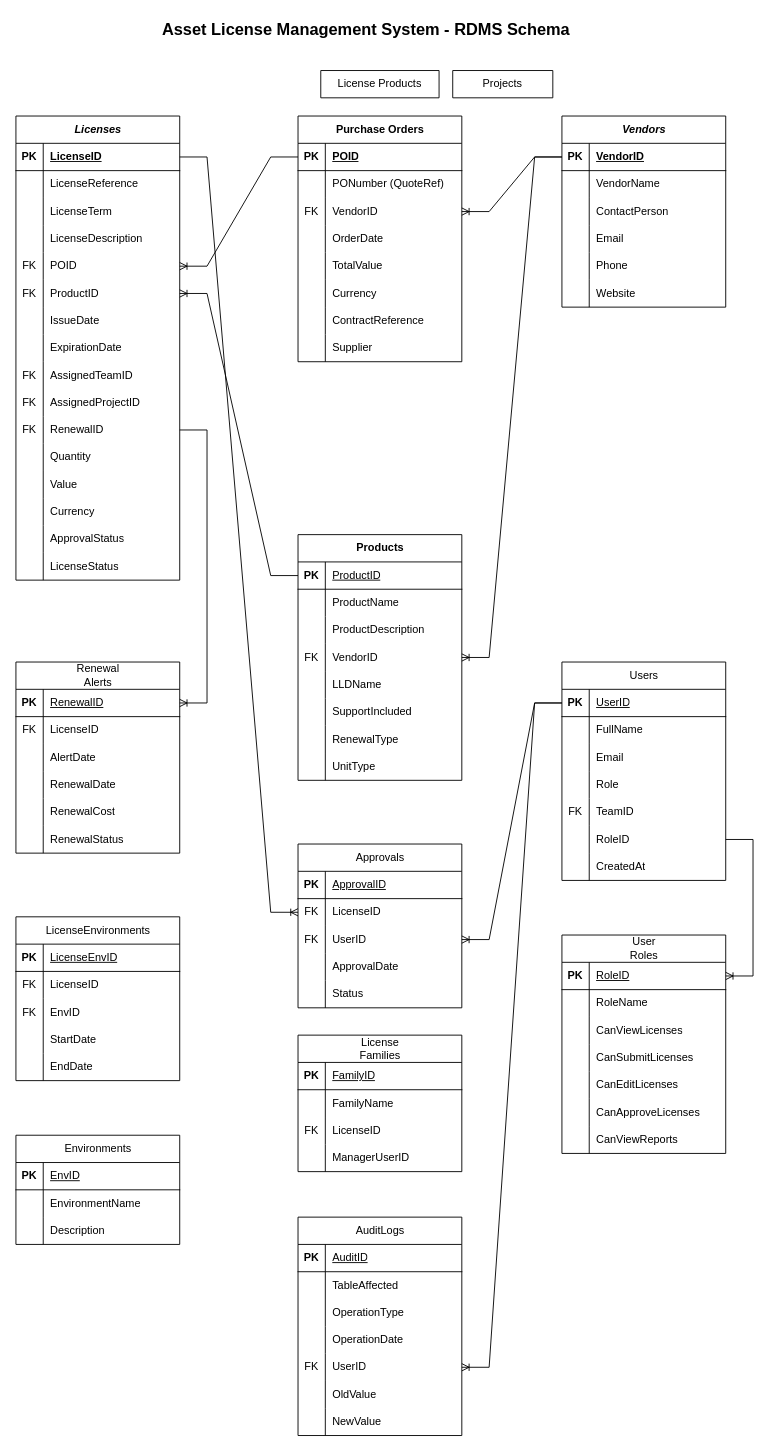
Before: License Management System Schema ER .drawio in MiraxCapgemini/license-tracker-sys, a draw.io diagram. Source tidied: cells renumbered, new cells numbered last; positions are measured from the earlier drawing's top-left corner, leaving out a move shared by most shapes. Both pictures are drawn from the tidied source at 91%, with x=0, y=0 at pixel (-48, -30).
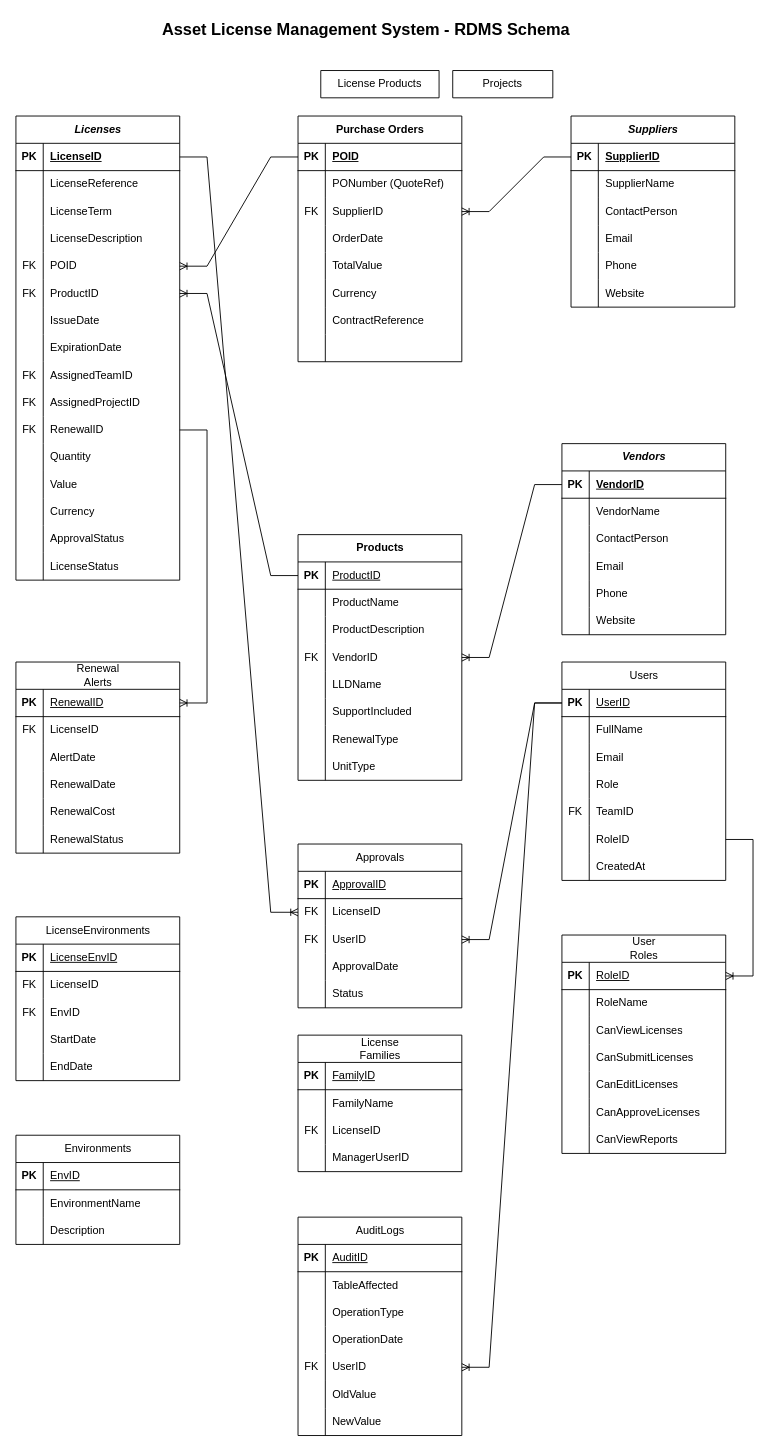
The same page after the edit.

The change refers to these unchanged cells:
```xml
<mxCell id="62" style="shape=tableRow;horizontal=0;startSize=0;swimlaneHead=0;swimlaneBody=0;fillColor=none;points=[[0,0.5],[1,0.5]];portConstraint=eastwest;top=0;left=0;right=0;bottom=0;" parent="55" vertex="1">
  <mxGeometry y="90" width="180" height="30" as="geometry" />
</mxCell>
<mxCell id="77" style="shape=tableRow;horizontal=0;startSize=0;swimlaneHead=0;swimlaneBody=0;fillColor=none;top=0;left=0;right=0;bottom=0;" parent="55" vertex="1">
  <mxGeometry y="240" width="180" height="30" as="geometry" />
</mxCell>
<mxCell id="81" style="shape=tableRow;horizontal=0;startSize=0;swimlaneHead=0;swimlaneBody=0;fillColor=none;points=[[0,0.5],[1,0.5]];portConstraint=eastwest;top=0;left=0;right=0;bottom=1;" parent="80" vertex="1">
  <mxGeometry y="30" width="180" height="30" as="geometry" />
</mxCell>
```

The edit, as a diff of the source:
```diff
@@
-    <mxCell id="64" value="VendorID" style="shape=partialRectangle;fillColor=none;top=0;left=0;bottom=0;right=0;align=left;spacingLeft=6;overflow=hidden;whiteSpace=wrap;html=1;" parent="62" vertex="1">
+    <mxCell id="64" value="SupplierID" style="shape=partialRectangle;fillColor=none;top=0;left=0;bottom=0;right=0;align=left;spacingLeft=6;overflow=hidden;whiteSpace=wrap;html=1;" parent="62" vertex="1">
       <mxGeometry x="30" width="150" height="30" as="geometry" />
     </mxCell>
@@
-    <mxCell id="79" value="Supplier" style="shape=partialRectangle;fillColor=none;top=0;left=0;bottom=0;right=0;align=left;spacingLeft=6;overflow=hidden;whiteSpace=wrap;html=1;" parent="77" vertex="1">
+    <mxCell id="79" style="shape=partialRectangle;fillColor=none;top=0;left=0;bottom=0;right=0;align=left;spacingLeft=6;overflow=hidden;whiteSpace=wrap;html=1;" parent="77" vertex="1">
       <mxGeometry x="30" width="150" height="30" as="geometry" />
     </mxCell>
     <mxCell id="80" value="&lt;i&gt;Vendors&lt;/i&gt;" style="shape=table;startSize=30;childLayout=tableLayout;rowLines=0;fontStyle=1;align=center;html=1;" parent="1" vertex="1">
-      <mxGeometry x="670" y="160" width="180" height="210" as="geometry" />
+      <mxGeometry x="670" y="520" width="180" height="210" as="geometry" />
     </mxCell>
@@
-    <mxCell id="99" style="edgeStyle=entityRelationEdgeStyle;fontSize=12;html=1;endArrow=ERoneToMany;rounded=0;entryX=1;entryY=0.5;entryDx=0;entryDy=0;" parent="1" edge="1" source="81" target="62">
+    <mxCell id="99" style="edgeStyle=entityRelationEdgeStyle;fontSize=12;html=1;endArrow=ERoneToMany;rounded=0;entryX=1;entryY=0.5;entryDx=0;entryDy=0;exitX=0;exitY=0.5;exitDx=0;exitDy=0;" parent="1" edge="1" source="274" target="62">
       <mxGeometry relative="1" as="geometry">
         <Array as="points">
           <mxPoint x="600" y="390" />
           <mxPoint x="600" y="390" />
           <mxPoint x="540" y="370" />
           <mxPoint x="500" y="435" />
         </Array>
       </mxGeometry>
     </mxCell>
@@
+    <mxCell id="273" value="&lt;i&gt;Suppliers&lt;/i&gt;" style="shape=table;startSize=30;childLayout=tableLayout;rowLines=0;fontStyle=1;align=center;html=1;" parent="1" vertex="1">
+      <mxGeometry x="680" y="160" width="180" height="210" as="geometry" />
+    </mxCell>
+    <mxCell id="274" style="shape=tableRow;horizontal=0;startSize=0;swimlaneHead=0;swimlaneBody=0;fillColor=none;points=[[0,0.5],[1,0.5]];portConstraint=eastwest;top=0;left=0;right=0;bottom=1;" parent="273" vertex="1">
+      <mxGeometry y="30" width="180" height="30" as="geometry" />
+    </mxCell>
+    <mxCell id="275" value="PK" style="shape=partialRectangle;fillColor=none;top=0;left=0;bottom=0;right=0;fontStyle=1;overflow=hidden;whiteSpace=wrap;html=1;" parent="274" vertex="1">
+      <mxGeometry width="30" height="30" as="geometry" />
+    </mxCell>
+    <mxCell id="276" value="SupplierID" style="shape=partialRectangle;fillColor=none;top=0;left=0;bottom=0;right=0;align=left;spacingLeft=6;fontStyle=5;overflow=hidden;whiteSpace=wrap;html=1;" parent="274" vertex="1">
+      <mxGeometry x="30" width="150" height="30" as="geometry" />
+    </mxCell>
+    <mxCell id="277" style="shape=tableRow;horizontal=0;startSize=0;swimlaneHead=0;swimlaneBody=0;fillColor=none;top=0;left=0;right=0;bottom=0;" parent="273" vertex="1">
+      <mxGeometry y="60" width="180" height="30" as="geometry" />
+    </mxCell>
+    <mxCell id="278" style="shape=partialRectangle;fillColor=none;top=0;left=0;bottom=0;right=0;overflow=hidden;whiteSpace=wrap;html=1;" parent="277" vertex="1">
+      <mxGeometry width="30" height="30" as="geometry" />
+    </mxCell>
+    <mxCell id="279" value="SupplierName" style="shape=partialRectangle;fillColor=none;top=0;left=0;bottom=0;right=0;align=left;spacingLeft=6;overflow=hidden;whiteSpace=wrap;html=1;" parent="277" vertex="1">
+      <mxGeometry x="30" width="150" height="30" as="geometry" />
+    </mxCell>
+    <mxCell id="280" style="shape=tableRow;horizontal=0;startSize=0;swimlaneHead=0;swimlaneBody=0;fillColor=none;top=0;left=0;right=0;bottom=0;" parent="273" vertex="1">
+      <mxGeometry y="90" width="180" height="30" as="geometry" />
+    </mxCell>
+    <mxCell id="281" style="shape=partialRectangle;fillColor=none;top=0;left=0;bottom=0;right=0;overflow=hidden;whiteSpace=wrap;html=1;" parent="280" vertex="1">
+      <mxGeometry width="30" height="30" as="geometry" />
+    </mxCell>
+    <mxCell id="282" value="ContactPerson" style="shape=partialRectangle;fillColor=none;top=0;left=0;bottom=0;right=0;align=left;spacingLeft=6;overflow=hidden;whiteSpace=wrap;html=1;" parent="280" vertex="1">
+      <mxGeometry x="30" width="150" height="30" as="geometry" />
+    </mxCell>
+    <mxCell id="283" style="shape=tableRow;horizontal=0;startSize=0;swimlaneHead=0;swimlaneBody=0;fillColor=none;top=0;left=0;right=0;bottom=0;" parent="273" vertex="1">
+      <mxGeometry y="120" width="180" height="30" as="geometry" />
+    </mxCell>
+    <mxCell id="284" style="shape=partialRectangle;fillColor=none;top=0;left=0;bottom=0;right=0;overflow=hidden;whiteSpace=wrap;html=1;" parent="283" vertex="1">
+      <mxGeometry width="30" height="30" as="geometry" />
+    </mxCell>
+    <mxCell id="285" value="Email" style="shape=partialRectangle;fillColor=none;top=0;left=0;bottom=0;right=0;align=left;spacingLeft=6;overflow=hidden;whiteSpace=wrap;html=1;" parent="283" vertex="1">
+      <mxGeometry x="30" width="150" height="30" as="geometry" />
+    </mxCell>
+    <mxCell id="286" style="shape=tableRow;horizontal=0;startSize=0;swimlaneHead=0;swimlaneBody=0;fillColor=none;top=0;left=0;right=0;bottom=0;" parent="273" vertex="1">
+      <mxGeometry y="150" width="180" height="30" as="geometry" />
+    </mxCell>
+    <mxCell id="287" style="shape=partialRectangle;fillColor=none;top=0;left=0;bottom=0;right=0;overflow=hidden;whiteSpace=wrap;html=1;" parent="286" vertex="1">
+      <mxGeometry width="30" height="30" as="geometry" />
+    </mxCell>
+    <mxCell id="288" value="Phone" style="shape=partialRectangle;fillColor=none;top=0;left=0;bottom=0;right=0;align=left;spacingLeft=6;overflow=hidden;whiteSpace=wrap;html=1;" parent="286" vertex="1">
+      <mxGeometry x="30" width="150" height="30" as="geometry" />
+    </mxCell>
+    <mxCell id="289" style="shape=tableRow;horizontal=0;startSize=0;swimlaneHead=0;swimlaneBody=0;fillColor=none;top=0;left=0;right=0;bottom=0;" parent="273" vertex="1">
+      <mxGeometry y="180" width="180" height="30" as="geometry" />
+    </mxCell>
+    <mxCell id="290" style="shape=partialRectangle;fillColor=none;top=0;left=0;bottom=0;right=0;overflow=hidden;whiteSpace=wrap;html=1;" parent="289" vertex="1">
+      <mxGeometry width="30" height="30" as="geometry" />
+    </mxCell>
+    <mxCell id="291" value="Website" style="shape=partialRectangle;fillColor=none;top=0;left=0;bottom=0;right=0;align=left;spacingLeft=6;overflow=hidden;whiteSpace=wrap;html=1;" parent="289" vertex="1">
+      <mxGeometry x="30" width="150" height="30" as="geometry" />
+    </mxCell>
```
